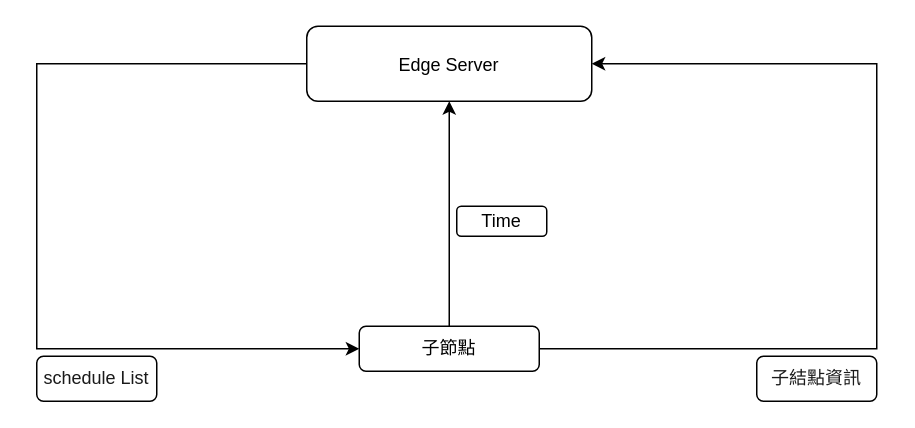
Before: RL_Choice.drawio in 108703054nccu/Edge_Computing_Schedule, a draw.io diagram. Source tidied: cells renumbered, new cells numbered last; positions are measured from the earlier drawing's top-left corner, leaving out a move shared by most shapes. Both pictures are drawn from the tidied source at 150%, with x=0, y=0 at pixel (36, 26).
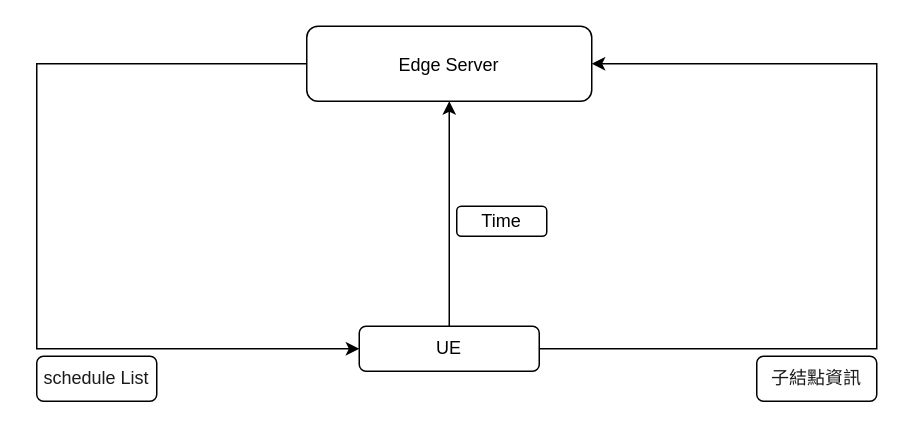
Above is the later version.

What changed in the source:
```diff
@@
 <mxGraphModel>
   <root>
     <mxCell id="0" />
     <mxCell id="1" parent="0" />
     <mxCell id="2" value="&lt;p&gt;Edge Server&lt;/p&gt;" style="rounded=1;whiteSpace=wrap;html=1;sketch=0;shadow=0;gradientColor=none;fillColor=default;glass=0;verticalAlign=top;" parent="1" vertex="1">
       <mxGeometry x="180" width="190" height="50" as="geometry" />
     </mxCell>
-    <mxCell id="3" value="子節點" style="rounded=1;whiteSpace=wrap;html=1;shadow=0;glass=0;sketch=0;fillColor=default;gradientColor=none;" parent="1" vertex="1">
+    <mxCell id="3" value="UE" style="rounded=1;whiteSpace=wrap;html=1;shadow=0;glass=0;sketch=0;fillColor=default;gradientColor=none;" parent="1" vertex="1">
       <mxGeometry x="215" y="200" width="120" height="30" as="geometry" />
     </mxCell>
     <mxCell id="4" style="endArrow=classic;html=1;rounded=0;entryX=0.5;entryY=1;entryDx=0;entryDy=0;exitX=0.5;exitY=0;exitDx=0;exitDy=0;" parent="1" edge="1" source="3" target="2">
       <mxGeometry relative="1" as="geometry" />
     </mxCell>
     <mxCell id="5" style="endArrow=classic;html=1;rounded=0;exitX=1;exitY=0.5;exitDx=0;exitDy=0;entryX=1;entryY=0.5;entryDx=0;entryDy=0;" parent="1" edge="1" source="3" target="2">
       <mxGeometry relative="1" as="geometry">
         <Array as="points">
           <mxPoint x="560" y="215" />
           <mxPoint x="560" y="120" />
           <mxPoint x="560" y="25" />
         </Array>
       </mxGeometry>
     </mxCell>
     <mxCell id="6" style="endArrow=classic;html=1;rounded=0;exitX=0;exitY=0.5;exitDx=0;exitDy=0;fontColor=#9933FF;entryX=0;entryY=0.5;entryDx=0;entryDy=0;labelBackgroundColor=#1A1A1A;" parent="1" edge="1" source="2" target="3">
       <mxGeometry relative="1" as="geometry">
         <Array as="points">
           <mxPoint y="25" />
           <mxPoint y="215" />
         </Array>
       </mxGeometry>
     </mxCell>
     <mxCell id="7" value="Time" style="rounded=1;whiteSpace=wrap;html=1;shadow=0;glass=0;sketch=0;fillColor=default;gradientColor=none;" parent="1" vertex="1">
       <mxGeometry x="280" y="120" width="60" height="20" as="geometry" />
     </mxCell>
     <mxCell id="8" value="&lt;font color=&quot;#1a1a1a&quot;&gt;子結點資訊&lt;br&gt;&lt;/font&gt;" style="rounded=1;whiteSpace=wrap;html=1;shadow=0;glass=0;sketch=0;fontColor=#9933FF;fillColor=default;gradientColor=none;" parent="1" vertex="1">
       <mxGeometry x="480" y="220" width="80" height="30" as="geometry" />
     </mxCell>
     <mxCell id="9" value="schedule List" style="rounded=1;whiteSpace=wrap;html=1;shadow=0;glass=0;sketch=0;fontColor=#1A1A1A;fillColor=default;gradientColor=none;" parent="1" vertex="1">
       <mxGeometry y="220" width="80" height="30" as="geometry" />
     </mxCell>
   </root>
 </mxGraphModel>
```
